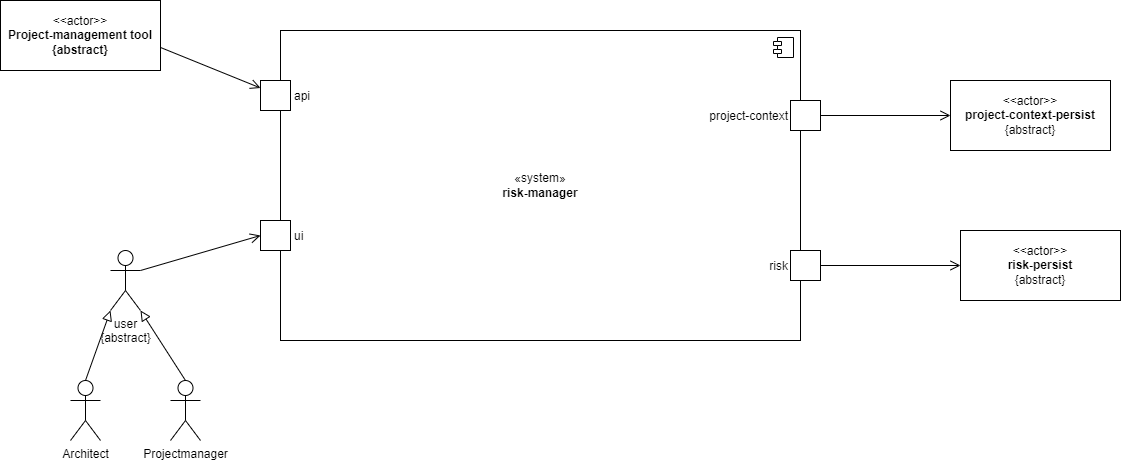
stueberm1/riskmanager keeps this draw.io diagram as documentation/arc-documentation/images/03_context_and_scope/business_scope.drawio.png. Above is the earlier version. Source tidied: cells renumbered, new cells last; positions are measured from the earlier drawing's top-left corner, leaving out a move shared by most shapes. Source of this version:
```xml
<mxGraphModel>
  <root>
    <mxCell id="0" />
    <mxCell id="1" parent="0" />
    <mxCell id="2" value="«system»&lt;br&gt;&lt;b&gt;risk-manager&lt;/b&gt;" style="html=1;whiteSpace=wrap;" parent="1" vertex="1">
      <mxGeometry x="280" y="30" width="520" height="310" as="geometry" />
    </mxCell>
    <mxCell id="3" style="shape=module;jettyWidth=8;jettyHeight=4;" parent="2" vertex="1">
      <mxGeometry x="1" width="20" height="20" relative="1" as="geometry">
        <mxPoint x="-27" y="7" as="offset" />
      </mxGeometry>
    </mxCell>
    <mxCell id="4" value="ui" style="fontStyle=0;labelPosition=right;verticalLabelPosition=middle;align=left;verticalAlign=middle;spacingLeft=2;" parent="1" vertex="1">
      <mxGeometry x="260" y="220" width="30" height="30" as="geometry" />
    </mxCell>
    <mxCell id="5" value="api" style="fontStyle=0;labelPosition=right;verticalLabelPosition=middle;align=left;verticalAlign=middle;spacingLeft=2;" parent="1" vertex="1">
      <mxGeometry x="260" y="80" width="30" height="30" as="geometry" />
    </mxCell>
    <mxCell id="6" value="user&lt;br&gt;{abstract}" style="shape=umlActor;verticalLabelPosition=bottom;verticalAlign=top;html=1;" parent="1" vertex="1">
      <mxGeometry x="110" y="250" width="30" height="60" as="geometry" />
    </mxCell>
    <mxCell id="7" value="Architect" style="shape=umlActor;verticalLabelPosition=bottom;verticalAlign=top;html=1;" parent="1" vertex="1">
      <mxGeometry x="70" y="380" width="30" height="60" as="geometry" />
    </mxCell>
    <mxCell id="8" value="Projectmanager" style="shape=umlActor;verticalLabelPosition=bottom;verticalAlign=top;html=1;" parent="1" vertex="1">
      <mxGeometry x="170" y="380" width="30" height="60" as="geometry" />
    </mxCell>
    <mxCell id="9" style="endArrow=block;html=1;rounded=0;align=center;verticalAlign=bottom;endFill=0;labelBackgroundColor=none;endSize=8;exitX=0.5;exitY=0;exitDx=0;exitDy=0;exitPerimeter=0;entryX=0;entryY=1;entryDx=0;entryDy=0;entryPerimeter=0;" parent="1" edge="1" source="7" target="6">
      <mxGeometry relative="1" as="geometry" />
    </mxCell>
    <mxCell id="10" style="endArrow=block;html=1;rounded=0;align=center;verticalAlign=bottom;endFill=0;labelBackgroundColor=none;endSize=8;exitX=0.5;exitY=0;exitDx=0;exitDy=0;exitPerimeter=0;entryX=1;entryY=1;entryDx=0;entryDy=0;entryPerimeter=0;" parent="1" edge="1" source="8" target="6">
      <mxGeometry relative="1" as="geometry" />
    </mxCell>
    <mxCell id="11" style="endArrow=open;startArrow=none;endFill=0;startFill=0;endSize=8;html=1;verticalAlign=bottom;labelBackgroundColor=none;strokeWidth=1;rounded=0;exitX=1;exitY=0.3333333333333333;exitDx=0;exitDy=0;exitPerimeter=0;entryX=0;entryY=0.5;entryDx=0;entryDy=0;" parent="1" edge="1" source="6" target="4">
      <mxGeometry relative="1" as="geometry" />
    </mxCell>
    <mxCell id="12" value="&amp;lt;&amp;lt;actor&amp;gt;&amp;gt;&lt;br&gt;&lt;b&gt;Project-management tool&lt;br&gt;{abstract}&lt;br&gt;&lt;/b&gt;" style="html=1;align=center;verticalAlign=middle;dashed=0;whiteSpace=wrap;" parent="1" vertex="1">
      <mxGeometry width="160" height="70" as="geometry" />
    </mxCell>
    <mxCell id="13" style="endArrow=open;startArrow=none;endFill=0;startFill=0;endSize=8;html=1;verticalAlign=bottom;labelBackgroundColor=none;strokeWidth=1;rounded=0;exitX=1;exitY=0.671;exitDx=0;exitDy=0;exitPerimeter=0;entryX=0;entryY=0.25;entryDx=0;entryDy=0;" parent="1" edge="1" source="12" target="5">
      <mxGeometry relative="1" as="geometry" />
    </mxCell>
    <mxCell id="14" value="&amp;lt;&amp;lt;actor&amp;gt;&amp;gt;&lt;br&gt;&lt;b&gt;project-context-persist&lt;br&gt;&lt;/b&gt;{abstract}" style="html=1;align=center;verticalAlign=middle;dashed=0;whiteSpace=wrap;" parent="1" vertex="1">
      <mxGeometry x="950" y="80" width="160" height="70" as="geometry" />
    </mxCell>
    <mxCell id="15" value="&amp;lt;&amp;lt;actor&amp;gt;&amp;gt;&lt;br&gt;&lt;b&gt;risk-persist&lt;br&gt;&lt;/b&gt;{abstract}" style="html=1;align=center;verticalAlign=middle;dashed=0;whiteSpace=wrap;" parent="1" vertex="1">
      <mxGeometry x="960" y="230" width="160" height="70" as="geometry" />
    </mxCell>
    <mxCell id="16" value="project-context" style="fontStyle=0;labelPosition=left;verticalLabelPosition=middle;align=right;verticalAlign=middle;spacingLeft=2;" parent="1" vertex="1">
      <mxGeometry x="790" y="100" width="30" height="30" as="geometry" />
    </mxCell>
    <mxCell id="17" value="risk" style="fontStyle=0;labelPosition=left;verticalLabelPosition=middle;align=right;verticalAlign=middle;spacingLeft=2;" parent="1" vertex="1">
      <mxGeometry x="790" y="250" width="30" height="30" as="geometry" />
    </mxCell>
    <mxCell id="18" style="endArrow=open;startArrow=none;endFill=0;startFill=0;endSize=8;html=1;verticalAlign=bottom;labelBackgroundColor=none;strokeWidth=1;rounded=0;exitX=1;exitY=0.5;exitDx=0;exitDy=0;entryX=0;entryY=0.5;entryDx=0;entryDy=0;" parent="1" edge="1" source="16" target="14">
      <mxGeometry relative="1" as="geometry" />
    </mxCell>
    <mxCell id="19" style="endArrow=open;startArrow=none;endFill=0;startFill=0;endSize=8;html=1;verticalAlign=bottom;labelBackgroundColor=none;strokeWidth=1;rounded=0;exitX=1;exitY=0.5;exitDx=0;exitDy=0;entryX=0;entryY=0.5;entryDx=0;entryDy=0;" parent="1" edge="1" source="17" target="15">
      <mxGeometry relative="1" as="geometry" />
    </mxCell>
  </root>
</mxGraphModel>
```
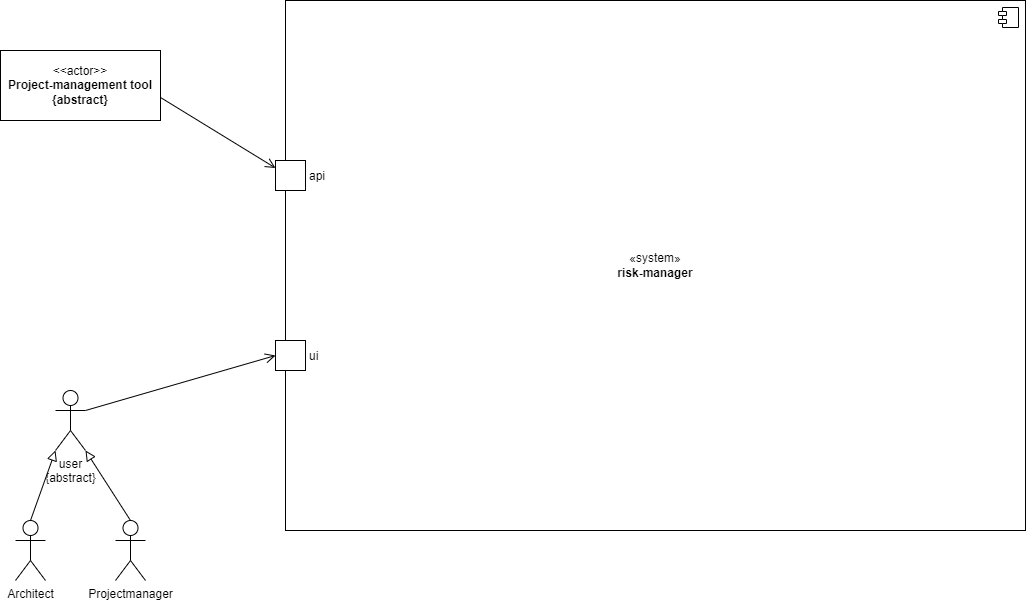
The same diagram one commit later.

Diff of the diagram source:
```diff
@@ -3,7 +3,7 @@
     <mxCell id="0" />
     <mxCell id="1" parent="0" />
     <mxCell id="2" value="«system»&lt;br&gt;&lt;b&gt;risk-manager&lt;/b&gt;" style="html=1;whiteSpace=wrap;" parent="1" vertex="1">
-      <mxGeometry x="280" y="30" width="520" height="310" as="geometry" />
+      <mxGeometry x="280" y="30" width="740" height="530" as="geometry" />
     </mxCell>
     <mxCell id="3" style="shape=module;jettyWidth=8;jettyHeight=4;" parent="2" vertex="1">
       <mxGeometry x="1" width="20" height="20" relative="1" as="geometry">
@@ -11,19 +11,19 @@
       </mxGeometry>
     </mxCell>
     <mxCell id="4" value="ui" style="fontStyle=0;labelPosition=right;verticalLabelPosition=middle;align=left;verticalAlign=middle;spacingLeft=2;" parent="1" vertex="1">
-      <mxGeometry x="260" y="220" width="30" height="30" as="geometry" />
+      <mxGeometry x="270" y="370" width="30" height="30" as="geometry" />
     </mxCell>
     <mxCell id="5" value="api" style="fontStyle=0;labelPosition=right;verticalLabelPosition=middle;align=left;verticalAlign=middle;spacingLeft=2;" parent="1" vertex="1">
-      <mxGeometry x="260" y="80" width="30" height="30" as="geometry" />
+      <mxGeometry x="270" y="190" width="30" height="30" as="geometry" />
     </mxCell>
     <mxCell id="6" value="user&lt;br&gt;{abstract}" style="shape=umlActor;verticalLabelPosition=bottom;verticalAlign=top;html=1;" parent="1" vertex="1">
-      <mxGeometry x="110" y="250" width="30" height="60" as="geometry" />
+      <mxGeometry x="50" y="420" width="30" height="60" as="geometry" />
     </mxCell>
     <mxCell id="7" value="Architect" style="shape=umlActor;verticalLabelPosition=bottom;verticalAlign=top;html=1;" parent="1" vertex="1">
-      <mxGeometry x="70" y="380" width="30" height="60" as="geometry" />
+      <mxGeometry x="10" y="550" width="30" height="60" as="geometry" />
     </mxCell>
     <mxCell id="8" value="Projectmanager" style="shape=umlActor;verticalLabelPosition=bottom;verticalAlign=top;html=1;" parent="1" vertex="1">
-      <mxGeometry x="170" y="380" width="30" height="60" as="geometry" />
+      <mxGeometry x="110" y="550" width="30" height="60" as="geometry" />
     </mxCell>
     <mxCell id="9" style="endArrow=block;html=1;rounded=0;align=center;verticalAlign=bottom;endFill=0;labelBackgroundColor=none;endSize=8;exitX=0.5;exitY=0;exitDx=0;exitDy=0;exitPerimeter=0;entryX=0;entryY=1;entryDx=0;entryDy=0;entryPerimeter=0;" parent="1" edge="1" source="7" target="6">
       <mxGeometry relative="1" as="geometry" />
@@ -35,28 +35,10 @@
       <mxGeometry relative="1" as="geometry" />
     </mxCell>
     <mxCell id="12" value="&amp;lt;&amp;lt;actor&amp;gt;&amp;gt;&lt;br&gt;&lt;b&gt;Project-management tool&lt;br&gt;{abstract}&lt;br&gt;&lt;/b&gt;" style="html=1;align=center;verticalAlign=middle;dashed=0;whiteSpace=wrap;" parent="1" vertex="1">
-      <mxGeometry width="160" height="70" as="geometry" />
+      <mxGeometry x="-5" y="80" width="160" height="70" as="geometry" />
     </mxCell>
     <mxCell id="13" style="endArrow=open;startArrow=none;endFill=0;startFill=0;endSize=8;html=1;verticalAlign=bottom;labelBackgroundColor=none;strokeWidth=1;rounded=0;exitX=1;exitY=0.671;exitDx=0;exitDy=0;exitPerimeter=0;entryX=0;entryY=0.25;entryDx=0;entryDy=0;" parent="1" edge="1" source="12" target="5">
       <mxGeometry relative="1" as="geometry" />
     </mxCell>
-    <mxCell id="14" value="&amp;lt;&amp;lt;actor&amp;gt;&amp;gt;&lt;br&gt;&lt;b&gt;project-context-persist&lt;br&gt;&lt;/b&gt;{abstract}" style="html=1;align=center;verticalAlign=middle;dashed=0;whiteSpace=wrap;" parent="1" vertex="1">
-      <mxGeometry x="950" y="80" width="160" height="70" as="geometry" />
-    </mxCell>
-    <mxCell id="15" value="&amp;lt;&amp;lt;actor&amp;gt;&amp;gt;&lt;br&gt;&lt;b&gt;risk-persist&lt;br&gt;&lt;/b&gt;{abstract}" style="html=1;align=center;verticalAlign=middle;dashed=0;whiteSpace=wrap;" parent="1" vertex="1">
-      <mxGeometry x="960" y="230" width="160" height="70" as="geometry" />
-    </mxCell>
-    <mxCell id="16" value="project-context" style="fontStyle=0;labelPosition=left;verticalLabelPosition=middle;align=right;verticalAlign=middle;spacingLeft=2;" parent="1" vertex="1">
-      <mxGeometry x="790" y="100" width="30" height="30" as="geometry" />
-    </mxCell>
-    <mxCell id="17" value="risk" style="fontStyle=0;labelPosition=left;verticalLabelPosition=middle;align=right;verticalAlign=middle;spacingLeft=2;" parent="1" vertex="1">
-      <mxGeometry x="790" y="250" width="30" height="30" as="geometry" />
-    </mxCell>
-    <mxCell id="18" style="endArrow=open;startArrow=none;endFill=0;startFill=0;endSize=8;html=1;verticalAlign=bottom;labelBackgroundColor=none;strokeWidth=1;rounded=0;exitX=1;exitY=0.5;exitDx=0;exitDy=0;entryX=0;entryY=0.5;entryDx=0;entryDy=0;" parent="1" edge="1" source="16" target="14">
-      <mxGeometry relative="1" as="geometry" />
-    </mxCell>
-    <mxCell id="19" style="endArrow=open;startArrow=none;endFill=0;startFill=0;endSize=8;html=1;verticalAlign=bottom;labelBackgroundColor=none;strokeWidth=1;rounded=0;exitX=1;exitY=0.5;exitDx=0;exitDy=0;entryX=0;entryY=0.5;entryDx=0;entryDy=0;" parent="1" edge="1" source="17" target="15">
-      <mxGeometry relative="1" as="geometry" />
-    </mxCell>
   </root>
 </mxGraphModel>
```
